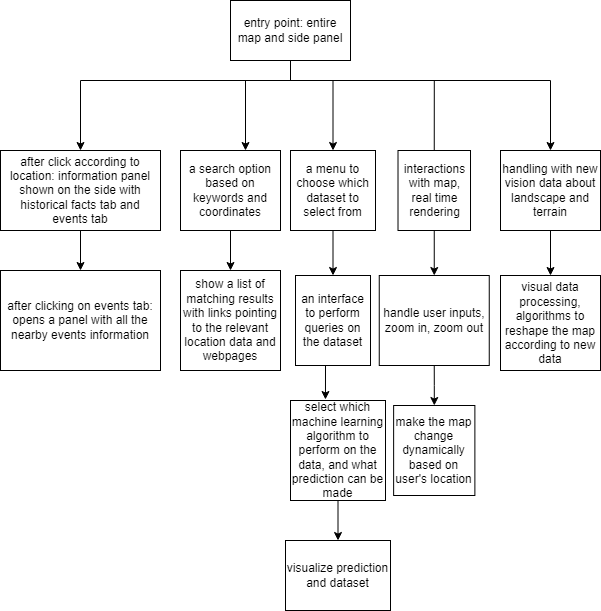
sachiniyer/resow keeps this draw.io diagram as ux-design/app map.png. Above is the earlier version. Source tidied: cells renumbered, new cells last; positions are measured from the earlier drawing's top-left corner, leaving out a move shared by most shapes. Its diagram source:
```xml
<mxGraphModel>
  <root>
    <mxCell id="0" />
    <mxCell id="1" parent="0" />
    <mxCell id="2" style="edgeStyle=orthogonalEdgeStyle;rounded=0;jettySize=auto;html=1;" parent="1" edge="1" source="6" target="8">
      <mxGeometry relative="1" as="geometry">
        <Array as="points">
          <mxPoint x="290" y="80" />
          <mxPoint x="80" y="80" />
        </Array>
      </mxGeometry>
    </mxCell>
    <mxCell id="3" style="edgeStyle=orthogonalEdgeStyle;rounded=0;jettySize=auto;html=1;exitX=0.5;exitY=0;exitDx=0;exitDy=0;" parent="1" edge="1" source="21" target="11">
      <mxGeometry relative="1" as="geometry">
        <Array as="points">
          <mxPoint x="434" y="80" />
          <mxPoint x="245" y="80" />
        </Array>
      </mxGeometry>
    </mxCell>
    <mxCell id="4" style="edgeStyle=orthogonalEdgeStyle;rounded=0;jettySize=auto;html=1;entryX=0.5;entryY=0;entryDx=0;entryDy=0;" parent="1" edge="1" source="6" target="14">
      <mxGeometry relative="1" as="geometry">
        <Array as="points">
          <mxPoint x="290" y="80" />
          <mxPoint x="333" y="80" />
        </Array>
      </mxGeometry>
    </mxCell>
    <mxCell id="5" style="edgeStyle=orthogonalEdgeStyle;rounded=0;jettySize=auto;html=1;exitX=0.5;exitY=1;exitDx=0;exitDy=0;entryX=0.5;entryY=0;entryDx=0;entryDy=0;" parent="1" edge="1" source="6" target="26">
      <mxGeometry relative="1" as="geometry">
        <Array as="points">
          <mxPoint x="290" y="80" />
          <mxPoint x="550" y="80" />
        </Array>
      </mxGeometry>
    </mxCell>
    <mxCell id="6" value="&lt;div&gt;entry point: entire map and side panel&lt;/div&gt;" style="whiteSpace=wrap;html=1;" parent="1" vertex="1">
      <mxGeometry x="230" width="120" height="60" as="geometry" />
    </mxCell>
    <mxCell id="7" style="edgeStyle=orthogonalEdgeStyle;rounded=0;jettySize=auto;html=1;" parent="1" edge="1" source="8" target="9">
      <mxGeometry relative="1" as="geometry" />
    </mxCell>
    <mxCell id="8" value="after click according to location: information panel shown on the side with historical facts tab and events tab" style="whiteSpace=wrap;html=1;" parent="1" vertex="1">
      <mxGeometry y="150" width="160" height="80" as="geometry" />
    </mxCell>
    <mxCell id="9" value="after clicking on events tab: opens a panel with all the nearby events information" style="rounded=0;whiteSpace=wrap;html=1;" parent="1" vertex="1">
      <mxGeometry y="270" width="160" height="100" as="geometry" />
    </mxCell>
    <mxCell id="10" style="edgeStyle=orthogonalEdgeStyle;rounded=0;jettySize=auto;html=1;exitX=0.5;exitY=1;exitDx=0;exitDy=0;entryX=0.5;entryY=0;entryDx=0;entryDy=0;entryPerimeter=0;" parent="1" edge="1" source="11" target="12">
      <mxGeometry relative="1" as="geometry" />
    </mxCell>
    <mxCell id="11" value="a search option based on keywords and coordinates" style="whiteSpace=wrap;html=1;" parent="1" vertex="1">
      <mxGeometry x="180" y="150" width="100" height="80" as="geometry" />
    </mxCell>
    <mxCell id="12" value="show a list of matching results with links pointing to the relevant location data and webpages" style="whiteSpace=wrap;html=1;" parent="1" vertex="1">
      <mxGeometry x="180" y="270" width="100" height="100" as="geometry" />
    </mxCell>
    <mxCell id="13" style="edgeStyle=orthogonalEdgeStyle;rounded=0;jettySize=auto;html=1;exitX=0.5;exitY=1;exitDx=0;exitDy=0;entryX=0.5;entryY=0;entryDx=0;entryDy=0;" parent="1" edge="1" source="14" target="16">
      <mxGeometry relative="1" as="geometry" />
    </mxCell>
    <mxCell id="14" value="a menu to choose which dataset to select from" style="whiteSpace=wrap;html=1;" parent="1" vertex="1">
      <mxGeometry x="290" y="150" width="85" height="80" as="geometry" />
    </mxCell>
    <mxCell id="15" style="edgeStyle=orthogonalEdgeStyle;rounded=0;jettySize=auto;html=1;exitX=0.5;exitY=1;exitDx=0;exitDy=0;entryX=0.368;entryY=-0.01;entryDx=0;entryDy=0;entryPerimeter=0;" parent="1" edge="1" source="16" target="18">
      <mxGeometry relative="1" as="geometry" />
    </mxCell>
    <mxCell id="16" value="an interface to perform queries on the dataset" style="whiteSpace=wrap;html=1;" parent="1" vertex="1">
      <mxGeometry x="295" y="275" width="75" height="90" as="geometry" />
    </mxCell>
    <mxCell id="17" style="edgeStyle=orthogonalEdgeStyle;rounded=0;jettySize=auto;html=1;entryX=0.5;entryY=0;entryDx=0;entryDy=0;" parent="1" edge="1" source="18" target="19">
      <mxGeometry relative="1" as="geometry" />
    </mxCell>
    <mxCell id="18" value="select which machine learning algorithm to perform on the data, and what prediction can be made" style="whiteSpace=wrap;html=1;" parent="1" vertex="1">
      <mxGeometry x="290" y="400" width="95" height="100" as="geometry" />
    </mxCell>
    <mxCell id="19" value="visualize prediction and dataset" style="whiteSpace=wrap;html=1;" parent="1" vertex="1">
      <mxGeometry x="285" y="540" width="105" height="70" as="geometry" />
    </mxCell>
    <mxCell id="20" style="edgeStyle=orthogonalEdgeStyle;rounded=0;jettySize=auto;html=1;exitX=0.5;exitY=1;exitDx=0;exitDy=0;entryX=0.5;entryY=0;entryDx=0;entryDy=0;" parent="1" edge="1" source="21" target="23">
      <mxGeometry relative="1" as="geometry" />
    </mxCell>
    <mxCell id="21" value="interactions with map, real time rendering" style="whiteSpace=wrap;html=1;" parent="1" vertex="1">
      <mxGeometry x="397.5" y="150" width="72.5" height="80" as="geometry" />
    </mxCell>
    <mxCell id="22" style="edgeStyle=orthogonalEdgeStyle;rounded=0;jettySize=auto;html=1;exitX=0.5;exitY=1;exitDx=0;exitDy=0;" parent="1" edge="1" source="23" target="24">
      <mxGeometry relative="1" as="geometry" />
    </mxCell>
    <mxCell id="23" value="handle user inputs, zoom in, zoom out" style="whiteSpace=wrap;html=1;" parent="1" vertex="1">
      <mxGeometry x="378.8" y="275" width="110" height="90" as="geometry" />
    </mxCell>
    <mxCell id="24" value="make the map change dynamically based on user's location" style="whiteSpace=wrap;html=1;" parent="1" vertex="1">
      <mxGeometry x="393.1" y="405" width="81.2" height="90" as="geometry" />
    </mxCell>
    <mxCell id="25" style="edgeStyle=orthogonalEdgeStyle;rounded=0;jettySize=auto;html=1;exitX=0.5;exitY=1;exitDx=0;exitDy=0;entryX=0.5;entryY=0;entryDx=0;entryDy=0;" parent="1" edge="1" source="26" target="27">
      <mxGeometry relative="1" as="geometry" />
    </mxCell>
    <mxCell id="26" value="handling with new vision data about landscape and terrain" style="whiteSpace=wrap;html=1;" parent="1" vertex="1">
      <mxGeometry x="500" y="150" width="100" height="80" as="geometry" />
    </mxCell>
    <mxCell id="27" value="visual data processing, algorithms to reshape the map according to new data&lt;br&gt;" style="whiteSpace=wrap;html=1;" parent="1" vertex="1">
      <mxGeometry x="500" y="275" width="100" height="95" as="geometry" />
    </mxCell>
  </root>
</mxGraphModel>
```
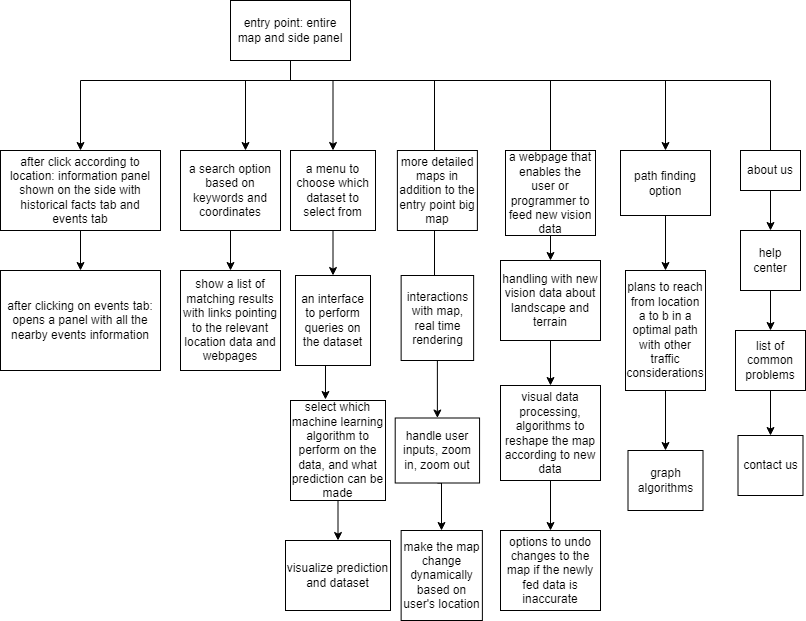
The same diagram one commit later.

Change to the diagram source:
```diff
@@ -26,14 +26,23 @@
         </Array>
       </mxGeometry>
     </mxCell>
-    <mxCell id="5" style="edgeStyle=orthogonalEdgeStyle;rounded=0;jettySize=auto;html=1;exitX=0.5;exitY=1;exitDx=0;exitDy=0;entryX=0.5;entryY=0;entryDx=0;entryDy=0;" parent="1" edge="1" source="6" target="26">
+    <mxCell id="5" style="edgeStyle=orthogonalEdgeStyle;rounded=0;jettySize=auto;html=1;exitX=0.5;exitY=1;exitDx=0;exitDy=0;" parent="1" edge="1" source="6">
       <mxGeometry relative="1" as="geometry">
+        <mxPoint x="550" y="190" as="targetPoint" />
         <Array as="points">
           <mxPoint x="290" y="80" />
           <mxPoint x="550" y="80" />
         </Array>
       </mxGeometry>
     </mxCell>
+    <mxCell id="28" style="edgeStyle=orthogonalEdgeStyle;rounded=0;jettySize=auto;html=1;entryX=0.5;entryY=0;entryDx=0;entryDy=0;" parent="1" edge="1" source="6" target="43">
+      <mxGeometry relative="1" as="geometry">
+        <Array as="points">
+          <mxPoint x="290" y="80" />
+          <mxPoint x="665" y="80" />
+        </Array>
+      </mxGeometry>
+    </mxCell>
     <mxCell id="6" value="&lt;div&gt;entry point: entire map and side panel&lt;/div&gt;" style="whiteSpace=wrap;html=1;" parent="1" vertex="1">
       <mxGeometry x="230" width="120" height="60" as="geometry" />
     </mxCell>
@@ -80,25 +89,96 @@
       <mxGeometry relative="1" as="geometry" />
     </mxCell>
     <mxCell id="21" value="interactions with map, real time rendering" style="whiteSpace=wrap;html=1;" parent="1" vertex="1">
-      <mxGeometry x="397.5" y="150" width="72.5" height="80" as="geometry" />
+      <mxGeometry x="400.6" y="275" width="72.5" height="85" as="geometry" />
     </mxCell>
     <mxCell id="22" style="edgeStyle=orthogonalEdgeStyle;rounded=0;jettySize=auto;html=1;exitX=0.5;exitY=1;exitDx=0;exitDy=0;" parent="1" edge="1" source="23" target="24">
-      <mxGeometry relative="1" as="geometry" />
+      <mxGeometry relative="1" as="geometry">
+        <Array as="points">
+          <mxPoint x="441" y="483" />
+        </Array>
+      </mxGeometry>
     </mxCell>
     <mxCell id="23" value="handle user inputs, zoom in, zoom out" style="whiteSpace=wrap;html=1;" parent="1" vertex="1">
-      <mxGeometry x="378.8" y="275" width="110" height="90" as="geometry" />
+      <mxGeometry x="394.7" y="417.5" width="84.4" height="65" as="geometry" />
     </mxCell>
     <mxCell id="24" value="make the map change dynamically based on user's location" style="whiteSpace=wrap;html=1;" parent="1" vertex="1">
-      <mxGeometry x="393.1" y="405" width="81.2" height="90" as="geometry" />
+      <mxGeometry x="400.6" y="530" width="81.2" height="90" as="geometry" />
     </mxCell>
     <mxCell id="25" style="edgeStyle=orthogonalEdgeStyle;rounded=0;jettySize=auto;html=1;exitX=0.5;exitY=1;exitDx=0;exitDy=0;entryX=0.5;entryY=0;entryDx=0;entryDy=0;" parent="1" edge="1" source="26" target="27">
       <mxGeometry relative="1" as="geometry" />
     </mxCell>
     <mxCell id="26" value="handling with new vision data about landscape and terrain" style="whiteSpace=wrap;html=1;" parent="1" vertex="1">
-      <mxGeometry x="500" y="150" width="100" height="80" as="geometry" />
+      <mxGeometry x="500" y="260" width="100" height="80" as="geometry" />
     </mxCell>
+    <mxCell id="29" style="edgeStyle=orthogonalEdgeStyle;rounded=0;jettySize=auto;html=1;exitX=0.5;exitY=1;exitDx=0;exitDy=0;" parent="1" edge="1" source="27">
+      <mxGeometry relative="1" as="geometry">
+        <mxPoint x="550" y="530" as="targetPoint" />
+      </mxGeometry>
+    </mxCell>
     <mxCell id="27" value="visual data processing, algorithms to reshape the map according to new data&lt;br&gt;" style="whiteSpace=wrap;html=1;" parent="1" vertex="1">
-      <mxGeometry x="500" y="275" width="100" height="95" as="geometry" />
+      <mxGeometry x="500" y="385" width="100" height="95" as="geometry" />
     </mxCell>
+    <mxCell id="30" style="edgeStyle=orthogonalEdgeStyle;rounded=0;jettySize=auto;html=1;" parent="1" edge="1" source="31">
+      <mxGeometry relative="1" as="geometry">
+        <mxPoint x="770" y="230" as="targetPoint" />
+      </mxGeometry>
+    </mxCell>
+    <mxCell id="31" value="about us&lt;br&gt;" style="whiteSpace=wrap;html=1;" parent="1" vertex="1">
+      <mxGeometry x="740" y="150" width="60" height="40" as="geometry" />
+    </mxCell>
+    <mxCell id="32" style="edgeStyle=orthogonalEdgeStyle;rounded=0;jettySize=auto;html=1;exitX=1;exitY=0.5;exitDx=0;exitDy=0;endArrow=none;" parent="1" edge="1" source="6" target="31">
+      <mxGeometry relative="1" as="geometry">
+        <Array as="points">
+          <mxPoint x="350" y="60" />
+          <mxPoint x="290" y="60" />
+          <mxPoint x="290" y="80" />
+          <mxPoint x="770" y="80" />
+        </Array>
+      </mxGeometry>
+    </mxCell>
+    <mxCell id="33" style="edgeStyle=orthogonalEdgeStyle;rounded=0;jettySize=auto;html=1;" parent="1" edge="1" source="34" target="36">
+      <mxGeometry relative="1" as="geometry" />
+    </mxCell>
+    <mxCell id="34" value="help center" style="whiteSpace=wrap;html=1;" parent="1" vertex="1">
+      <mxGeometry x="740" y="230" width="60" height="60" as="geometry" />
+    </mxCell>
+    <mxCell id="35" style="edgeStyle=orthogonalEdgeStyle;rounded=0;jettySize=auto;html=1;exitX=0.5;exitY=1;exitDx=0;exitDy=0;entryX=0.5;entryY=0;entryDx=0;entryDy=0;" parent="1" edge="1" source="36" target="37">
+      <mxGeometry relative="1" as="geometry" />
+    </mxCell>
+    <mxCell id="36" value="list of common problems" style="rounded=0;whiteSpace=wrap;html=1;" parent="1" vertex="1">
+      <mxGeometry x="735" y="330" width="70" height="60" as="geometry" />
+    </mxCell>
+    <mxCell id="37" value="contact us" style="whiteSpace=wrap;html=1;" parent="1" vertex="1">
+      <mxGeometry x="737.5" y="435" width="65" height="60" as="geometry" />
+    </mxCell>
+    <mxCell id="38" style="edgeStyle=orthogonalEdgeStyle;rounded=0;jettySize=auto;html=1;exitX=0.5;exitY=1;exitDx=0;exitDy=0;entryX=0.5;entryY=0;entryDx=0;entryDy=0;" parent="1" edge="1" source="39" target="26">
+      <mxGeometry relative="1" as="geometry" />
+    </mxCell>
+    <mxCell id="39" value="a webpage that enables the user or programmer to feed new vision data" style="whiteSpace=wrap;html=1;" parent="1" vertex="1">
+      <mxGeometry x="505" y="150" width="90" height="85" as="geometry" />
+    </mxCell>
+    <mxCell id="40" value="more detailed maps in addition to the entry point big map" style="rounded=0;whiteSpace=wrap;html=1;" parent="1" vertex="1">
+      <mxGeometry x="396.9" y="150" width="80" height="80" as="geometry" />
+    </mxCell>
+    <mxCell id="41" value="options to undo changes to the map if the newly fed data is inaccurate" style="whiteSpace=wrap;html=1;" parent="1" vertex="1">
+      <mxGeometry x="500" y="530" width="100" height="80" as="geometry" />
+    </mxCell>
+    <mxCell id="42" style="edgeStyle=orthogonalEdgeStyle;rounded=0;jettySize=auto;html=1;exitX=0.5;exitY=1;exitDx=0;exitDy=0;" parent="1" edge="1" source="43">
+      <mxGeometry relative="1" as="geometry">
+        <mxPoint x="665" y="270" as="targetPoint" />
+      </mxGeometry>
+    </mxCell>
+    <mxCell id="43" value="path finding option" style="whiteSpace=wrap;html=1;" parent="1" vertex="1">
+      <mxGeometry x="620" y="150" width="90" height="65" as="geometry" />
+    </mxCell>
+    <mxCell id="44" style="edgeStyle=orthogonalEdgeStyle;rounded=0;jettySize=auto;html=1;exitX=0.5;exitY=1;exitDx=0;exitDy=0;" parent="1" edge="1" source="45" target="46">
+      <mxGeometry relative="1" as="geometry" />
+    </mxCell>
+    <mxCell id="45" value="plans to reach from location a to b in a optimal path with other traffic considerations" style="whiteSpace=wrap;html=1;" parent="1" vertex="1">
+      <mxGeometry x="625" y="270" width="80" height="120" as="geometry" />
+    </mxCell>
+    <mxCell id="46" value="graph algorithms" style="rounded=0;whiteSpace=wrap;html=1;" parent="1" vertex="1">
+      <mxGeometry x="627.5" y="450" width="75" height="60" as="geometry" />
+    </mxCell>
   </root>
 </mxGraphModel>
```
